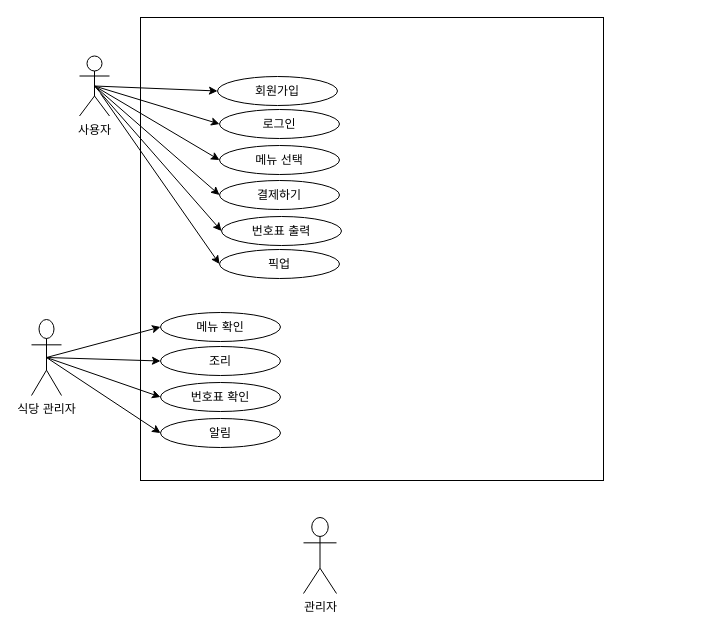
The draw.io diagram Student-cafeteria.drawio in four-idiots-team/student-cafteria-ticket-vending, before the edit. Source tidied: cells renumbered, new cells numbered last; positions are measured from the earlier drawing's top-left corner, leaving out a move shared by most shapes. Both pictures are drawn from the tidied source at 100%, with x=0, y=0 at pixel (31, 17).
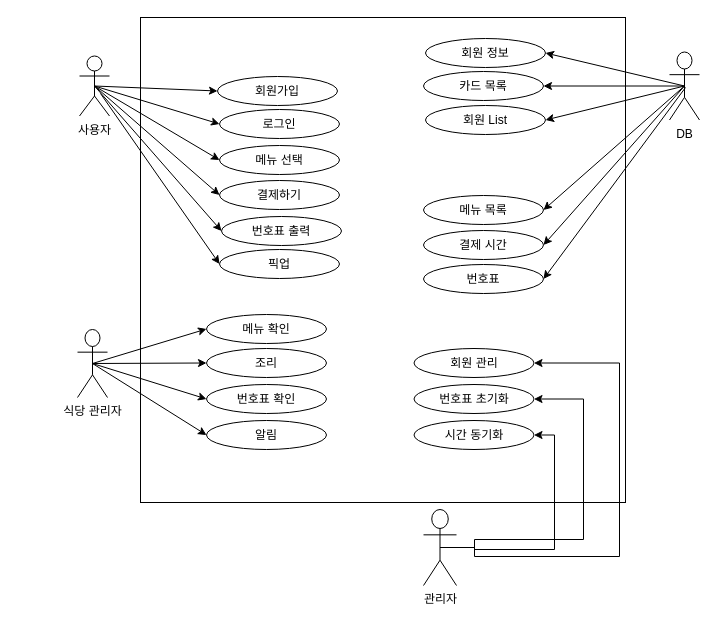
After the change.

Diff of the diagram source:
```diff
@@
     <mxCell id="3" style="whiteSpace=wrap;html=1;" parent="1" vertex="1">
-      <mxGeometry x="109" width="463" height="463" as="geometry" />
+      <mxGeometry x="109" width="485" height="485" as="geometry" />
     </mxCell>
@@
     <mxCell id="6" value="식당 관리자" style="shape=umlActor;verticalLabelPosition=bottom;verticalAlign=top;html=1;outlineConnect=0;" parent="1" vertex="1">
-      <mxGeometry y="302" width="30" height="76" as="geometry" />
+      <mxGeometry x="46" y="312" width="30" height="68" as="geometry" />
     </mxCell>
+    <mxCell id="27" style="edgeStyle=orthogonalEdgeStyle;rounded=0;jettySize=auto;html=1;exitX=0.5;exitY=0.5;exitDx=0;exitDy=0;exitPerimeter=0;entryX=1;entryY=0.5;entryDx=0;entryDy=0;" parent="1" edge="1" source="7" target="28">
+      <mxGeometry relative="1" as="geometry">
+        <Array as="points">
+          <mxPoint x="443" y="532" />
+          <mxPoint x="523" y="532" />
+          <mxPoint x="523" y="418" />
+        </Array>
+      </mxGeometry>
+    </mxCell>
     <mxCell id="7" value="관리자" style="shape=umlActor;verticalLabelPosition=bottom;verticalAlign=top;html=1;outlineConnect=0;" parent="1" vertex="1">
-      <mxGeometry x="272" y="500" width="33" height="76" as="geometry" />
+      <mxGeometry x="392" y="492" width="33" height="76" as="geometry" />
     </mxCell>
@@
     <mxCell id="15" value="조리" style="ellipse;whiteSpace=wrap;html=1;" parent="1" vertex="1">
-      <mxGeometry x="129" y="329" width="120" height="29" as="geometry" />
+      <mxGeometry x="175" y="331" width="120" height="29" as="geometry" />
     </mxCell>
     <mxCell id="16" value="번호표 확인" style="ellipse;whiteSpace=wrap;html=1;" parent="1" vertex="1">
-      <mxGeometry x="129" y="365" width="120" height="29" as="geometry" />
+      <mxGeometry x="175" y="367" width="120" height="29" as="geometry" />
     </mxCell>
     <mxCell id="17" value="메뉴 확인" style="ellipse;whiteSpace=wrap;html=1;" parent="1" vertex="1">
-      <mxGeometry x="129" y="295" width="120" height="29" as="geometry" />
+      <mxGeometry x="175" y="297" width="120" height="29" as="geometry" />
     </mxCell>
     <mxCell id="18" value="알림" style="ellipse;whiteSpace=wrap;html=1;" parent="1" vertex="1">
-      <mxGeometry x="129" y="401" width="120" height="29" as="geometry" />
+      <mxGeometry x="175" y="403" width="120" height="29" as="geometry" />
     </mxCell>
@@
+    <mxCell id="28" value="시간 동기화" style="ellipse;whiteSpace=wrap;html=1;" parent="1" vertex="1">
+      <mxGeometry x="382.5" y="403" width="120" height="29" as="geometry" />
+    </mxCell>
+    <mxCell id="29" value="번호표 초기화" style="ellipse;whiteSpace=wrap;html=1;" parent="1" vertex="1">
+      <mxGeometry x="382.5" y="367" width="120" height="29" as="geometry" />
+    </mxCell>
+    <mxCell id="30" value="회원 관리" style="ellipse;whiteSpace=wrap;html=1;" parent="1" vertex="1">
+      <mxGeometry x="382.5" y="331" width="120" height="29" as="geometry" />
+    </mxCell>
+    <mxCell id="31" style="edgeStyle=orthogonalEdgeStyle;rounded=0;jettySize=auto;html=1;exitX=0.5;exitY=0.5;exitDx=0;exitDy=0;exitPerimeter=0;entryX=1;entryY=0.5;entryDx=0;entryDy=0;" parent="1" edge="1" source="7" target="29">
+      <mxGeometry relative="1" as="geometry">
+        <Array as="points">
+          <mxPoint x="443" y="522" />
+          <mxPoint x="552" y="522" />
+          <mxPoint x="552" y="382" />
+        </Array>
+      </mxGeometry>
+    </mxCell>
+    <mxCell id="32" style="edgeStyle=orthogonalEdgeStyle;rounded=0;jettySize=auto;html=1;exitX=0.5;exitY=0.5;exitDx=0;exitDy=0;exitPerimeter=0;entryX=1;entryY=0.5;entryDx=0;entryDy=0;" parent="1" edge="1" source="7" target="30">
+      <mxGeometry relative="1" as="geometry">
+        <Array as="points">
+          <mxPoint x="443" y="539" />
+          <mxPoint x="588" y="539" />
+          <mxPoint x="588" y="346" />
+        </Array>
+      </mxGeometry>
+    </mxCell>
+    <mxCell id="33" value="DB" style="shape=umlActor;verticalLabelPosition=bottom;verticalAlign=top;html=1;outlineConnect=0;" parent="1" vertex="1">
+      <mxGeometry x="638" y="34.5" width="30" height="68" as="geometry" />
+    </mxCell>
+    <mxCell id="34" style="endArrow=classic;html=1;rounded=0;exitX=0.5;exitY=0.5;exitDx=0;exitDy=0;exitPerimeter=0;entryX=1;entryY=0.5;entryDx=0;entryDy=0;" parent="1" edge="1" source="33" target="43">
+      <mxGeometry relative="1" as="geometry" />
+    </mxCell>
+    <mxCell id="35" style="endArrow=classic;html=1;rounded=0;entryX=1;entryY=0.5;entryDx=0;entryDy=0;" parent="1" edge="1" target="39">
+      <mxGeometry relative="1" as="geometry">
+        <mxPoint x="654" y="70" as="sourcePoint" />
+      </mxGeometry>
+    </mxCell>
+    <mxCell id="36" style="endArrow=classic;html=1;rounded=0;exitX=0.5;exitY=0.5;exitDx=0;exitDy=0;exitPerimeter=0;entryX=1;entryY=0.5;entryDx=0;entryDy=0;" parent="1" edge="1" source="33" target="40">
+      <mxGeometry relative="1" as="geometry" />
+    </mxCell>
+    <mxCell id="37" style="endArrow=classic;html=1;rounded=0;exitX=0.5;exitY=0.5;exitDx=0;exitDy=0;exitPerimeter=0;entryX=1;entryY=0.5;entryDx=0;entryDy=0;" parent="1" edge="1" source="33" target="41">
+      <mxGeometry relative="1" as="geometry" />
+    </mxCell>
+    <mxCell id="38" value="회원 정보" style="ellipse;whiteSpace=wrap;html=1;" parent="1" vertex="1">
+      <mxGeometry x="394" y="21" width="120" height="29" as="geometry" />
+    </mxCell>
+    <mxCell id="39" value="번호표" style="ellipse;whiteSpace=wrap;html=1;" parent="1" vertex="1">
+      <mxGeometry x="392" y="247" width="120" height="29" as="geometry" />
+    </mxCell>
+    <mxCell id="40" value="결제 시간" style="ellipse;whiteSpace=wrap;html=1;" parent="1" vertex="1">
+      <mxGeometry x="392" y="213" width="120" height="29" as="geometry" />
+    </mxCell>
+    <mxCell id="41" value="메뉴 목록" style="ellipse;whiteSpace=wrap;html=1;" parent="1" vertex="1">
+      <mxGeometry x="392" y="178" width="120" height="29" as="geometry" />
+    </mxCell>
+    <mxCell id="42" style="endArrow=classic;html=1;rounded=0;exitX=0.5;exitY=0.5;exitDx=0;exitDy=0;exitPerimeter=0;entryX=1;entryY=0.5;entryDx=0;entryDy=0;" parent="1" edge="1" source="33" target="38">
+      <mxGeometry relative="1" as="geometry" />
+    </mxCell>
+    <mxCell id="43" value="카드 목록" style="ellipse;whiteSpace=wrap;html=1;" parent="1" vertex="1">
+      <mxGeometry x="392" y="54" width="120" height="29" as="geometry" />
+    </mxCell>
+    <mxCell id="44" value="회원 List" style="ellipse;whiteSpace=wrap;html=1;" parent="1" vertex="1">
+      <mxGeometry x="394" y="88" width="120" height="29" as="geometry" />
+    </mxCell>
+    <mxCell id="45" style="endArrow=classic;html=1;rounded=0;exitX=0.5;exitY=0.5;exitDx=0;exitDy=0;exitPerimeter=0;entryX=1;entryY=0.5;entryDx=0;entryDy=0;" parent="1" edge="1" source="33" target="44">
+      <mxGeometry relative="1" as="geometry" />
+    </mxCell>
```
